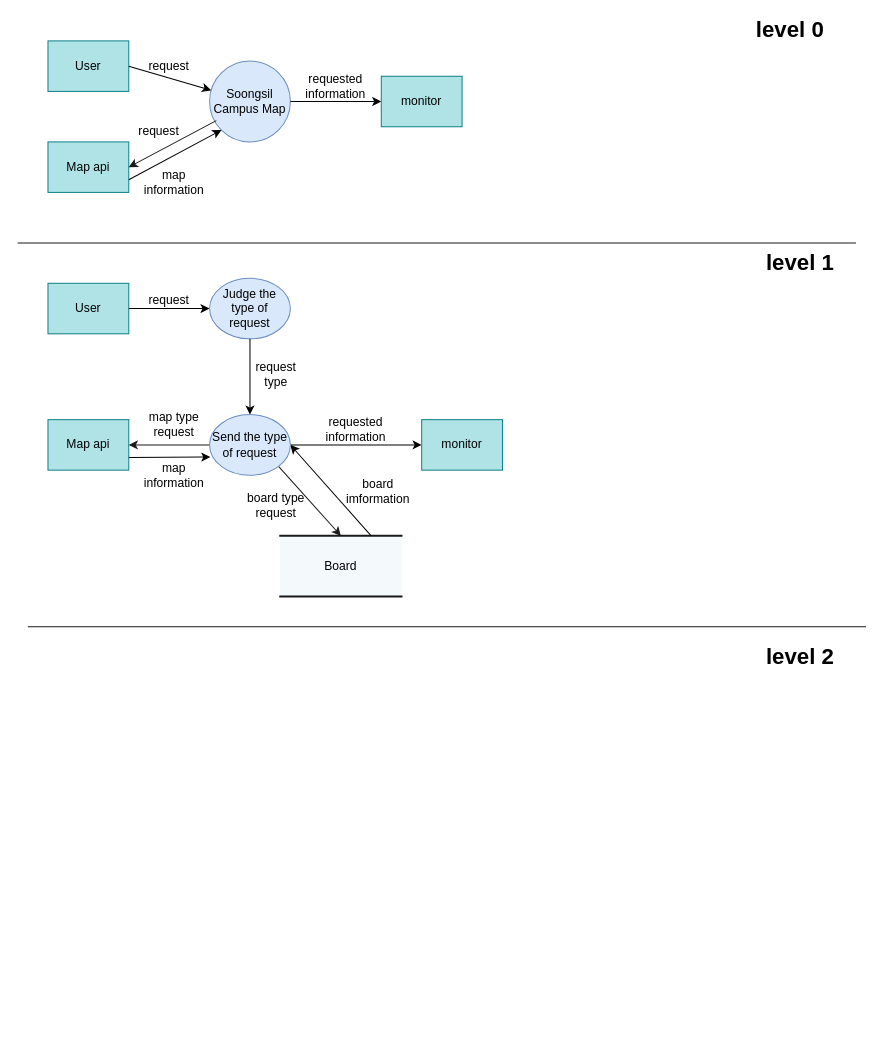
This is Soongsil Campus Map DFD diagram.drawio from tlfzgjadyd/SoftwareEngineering, a draw.io file, before an edit. Source tidied: cells renumbered, new cells numbered last; positions are measured from the earlier drawing's top-left corner, leaving out a move shared by most shapes. Both pictures are drawn from the tidied source at 101%, with x=0, y=0 at pixel (17, 20).
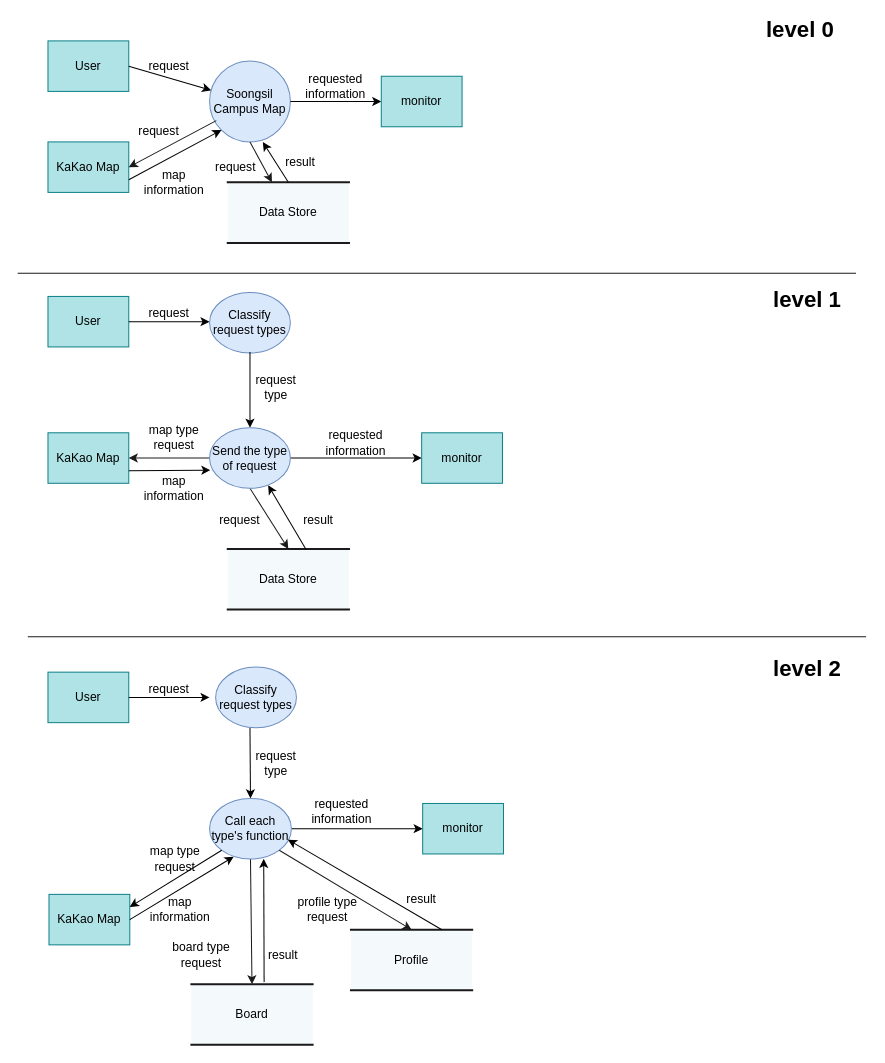
The same page after the edit.

Commit message:
2단계 레벨링 및 일부 수정

The change refers to these unchanged cells:
```xml
<mxCell id="2" value="Soongsil&lt;br&gt;Campus Map" style="ellipse;whiteSpace=wrap;html=1;fillColor=#dae8fc;strokeColor=#6c8ebf;" parent="1" vertex="1">
  <mxGeometry x="190" y="40" width="80" height="80" as="geometry" />
</mxCell>
```

What changed in the source:
```diff
@@
-    <mxCell id="5" value="Map api" style="rounded=0;whiteSpace=wrap;html=1;fillColor=#b0e3e6;strokeColor=#0e8088;" parent="1" vertex="1">
+    <mxCell id="5" value="KaKao Map" style="rounded=0;whiteSpace=wrap;html=1;fillColor=#b0e3e6;strokeColor=#0e8088;" parent="1" vertex="1">
       <mxGeometry x="30" y="120" width="80" height="50" as="geometry" />
     </mxCell>
@@
     <mxCell id="14" value="User" style="rounded=0;whiteSpace=wrap;html=1;fillColor=#b0e3e6;strokeColor=#0e8088;" parent="1" vertex="1">
-      <mxGeometry x="30" y="260" width="80" height="50" as="geometry" />
+      <mxGeometry x="30" y="273" width="80" height="50" as="geometry" />
     </mxCell>
-    <mxCell id="15" style="endArrow=classic;html=1;exitX=1;exitY=0.5;exitDx=0;exitDy=0;" parent="1" edge="1" source="14" target="28">
-      <mxGeometry relative="1" as="geometry" />
+    <mxCell id="15" style="endArrow=classic;html=1;exitX=1;exitY=0.5;exitDx=0;exitDy=0;" parent="1" edge="1" source="14">
+      <mxGeometry relative="1" as="geometry">
+        <mxPoint x="190" y="298" as="targetPoint" />
+      </mxGeometry>
     </mxCell>
-    <mxCell id="16" value="Map api" style="rounded=0;whiteSpace=wrap;html=1;fillColor=#b0e3e6;strokeColor=#0e8088;" parent="1" vertex="1">
-      <mxGeometry x="30" y="395" width="80" height="50" as="geometry" />
+    <mxCell id="16" value="KaKao Map" style="rounded=0;whiteSpace=wrap;html=1;fillColor=#b0e3e6;strokeColor=#0e8088;" parent="1" vertex="1">
+      <mxGeometry x="30" y="408" width="80" height="50" as="geometry" />
     </mxCell>
@@
     <mxCell id="19" value="request" style="text;html=1;strokeColor=none;fillColor=none;align=center;verticalAlign=middle;whiteSpace=wrap;rounded=0;" parent="1" vertex="1">
-      <mxGeometry x="130" y="267" width="40" height="20" as="geometry" />
+      <mxGeometry x="130" y="280" width="40" height="20" as="geometry" />
     </mxCell>
     <mxCell id="20" value="map type request" style="text;html=1;strokeColor=none;fillColor=none;align=center;verticalAlign=middle;whiteSpace=wrap;rounded=0;" parent="1" vertex="1">
-      <mxGeometry x="125" y="390" width="60" height="20" as="geometry" />
+      <mxGeometry x="125" y="403" width="60" height="20" as="geometry" />
     </mxCell>
     <mxCell id="21" value="map information" style="text;html=1;strokeColor=none;fillColor=none;align=center;verticalAlign=middle;whiteSpace=wrap;rounded=0;" parent="1" vertex="1">
-      <mxGeometry x="130" y="440" width="50" height="20" as="geometry" />
+      <mxGeometry x="130" y="453" width="50" height="20" as="geometry" />
     </mxCell>
@@
     <mxCell id="23" value="monitor" style="rounded=0;whiteSpace=wrap;html=1;fillColor=#b0e3e6;strokeColor=#0e8088;" parent="1" vertex="1">
-      <mxGeometry x="400" y="395" width="80" height="50" as="geometry" />
+      <mxGeometry x="400" y="408" width="80" height="50" as="geometry" />
     </mxCell>
     <mxCell id="24" value="requested information" style="text;html=1;strokeColor=none;fillColor=none;align=center;verticalAlign=middle;whiteSpace=wrap;rounded=0;" parent="1" vertex="1">
-      <mxGeometry x="310" y="395" width="50" height="20" as="geometry" />
+      <mxGeometry x="310" y="408" width="50" height="20" as="geometry" />
     </mxCell>
     <mxCell id="25" style="endArrow=none;html=1;strokeColor=#1A1A1A;" parent="1" edge="1">
       <mxGeometry relative="1" as="geometry">
-        <mxPoint y="220" as="sourcePoint" />
-        <mxPoint x="830" y="220" as="targetPoint" />
+        <mxPoint y="250" as="sourcePoint" />
+        <mxPoint x="830" y="250" as="targetPoint" />
       </mxGeometry>
     </mxCell>
     <mxCell id="26" value="&lt;font style=&quot;font-size: 22px&quot;&gt;&lt;b&gt;level 0&lt;/b&gt;&lt;/font&gt;" style="text;html=1;strokeColor=none;fillColor=none;align=center;verticalAlign=middle;whiteSpace=wrap;rounded=0;" parent="1" vertex="1">
-      <mxGeometry x="720" width="90" height="20" as="geometry" />
+      <mxGeometry x="730" width="90" height="20" as="geometry" />
     </mxCell>
     <mxCell id="27" value="&lt;font style=&quot;font-size: 22px&quot;&gt;&lt;b&gt;level 1&lt;/b&gt;&lt;/font&gt;" style="text;html=1;strokeColor=none;fillColor=none;align=center;verticalAlign=middle;whiteSpace=wrap;rounded=0;" parent="1" vertex="1">
-      <mxGeometry x="730" y="230" width="90" height="20" as="geometry" />
+      <mxGeometry x="737" y="267" width="90" height="20" as="geometry" />
     </mxCell>
-    <mxCell id="28" value="Judge the type of request" style="ellipse;whiteSpace=wrap;html=1;fillColor=#dae8fc;strokeColor=#6c8ebf;" parent="1" vertex="1">
-      <mxGeometry x="190" y="255" width="80" height="60" as="geometry" />
+    <mxCell id="28" value="Classify request types" style="ellipse;whiteSpace=wrap;html=1;fillColor=#dae8fc;strokeColor=#6c8ebf;" parent="1" vertex="1">
+      <mxGeometry x="190" y="269" width="80" height="60" as="geometry" />
     </mxCell>
-    <mxCell id="29" value="Board" style="shape=partialRectangle;whiteSpace=wrap;html=1;left=0;right=0;fillColor=#F4F9FC;strokeWidth=2;strokeColor=#1A1A1A;" parent="1" vertex="1">
-      <mxGeometry x="260" y="510" width="120" height="60" as="geometry" />
+    <mxCell id="29" value="Data Store" style="shape=partialRectangle;whiteSpace=wrap;html=1;left=0;right=0;fillColor=#F4F9FC;strokeWidth=2;strokeColor=#1A1A1A;" parent="1" vertex="1">
+      <mxGeometry x="208" y="523" width="120" height="60" as="geometry" />
     </mxCell>
-    <mxCell id="30" style="endArrow=classic;html=1;exitX=1;exitY=1;exitDx=0;exitDy=0;fillColor=#fff2cc;strokeColor=#1A1A1A;entryX=0.5;entryY=0;entryDx=0;entryDy=0;" parent="1" edge="1" source="35" target="29">
+    <mxCell id="30" style="endArrow=classic;html=1;exitX=0.5;exitY=1;exitDx=0;exitDy=0;fillColor=#fff2cc;strokeColor=#1A1A1A;entryX=0.5;entryY=0;entryDx=0;entryDy=0;" parent="1" edge="1" source="35" target="29">
       <mxGeometry relative="1" as="geometry" />
     </mxCell>
-    <mxCell id="31" value="board type request" style="text;html=1;strokeColor=none;fillColor=none;align=center;verticalAlign=middle;whiteSpace=wrap;rounded=0;" parent="1" vertex="1">
-      <mxGeometry x="226" y="470" width="60" height="20" as="geometry" />
+    <mxCell id="31" value="request" style="text;html=1;strokeColor=none;fillColor=none;align=center;verticalAlign=middle;whiteSpace=wrap;rounded=0;" parent="1" vertex="1">
+      <mxGeometry x="190" y="485" width="60" height="20" as="geometry" />
     </mxCell>
-    <mxCell id="32" style="endArrow=classic;html=1;exitX=0.75;exitY=0;exitDx=0;exitDy=0;entryX=1;entryY=0.5;entryDx=0;entryDy=0;" parent="1" edge="1" source="29" target="35">
+    <mxCell id="32" style="endArrow=classic;html=1;exitX=0.646;exitY=0.009;exitDx=0;exitDy=0;exitPerimeter=0;entryX=0.725;entryY=0.95;entryDx=0;entryDy=0;entryPerimeter=0;" parent="1" edge="1" source="29" target="35">
       <mxGeometry relative="1" as="geometry" />
     </mxCell>
-    <mxCell id="33" value="board imformation" style="text;html=1;strokeColor=none;fillColor=none;align=center;verticalAlign=middle;whiteSpace=wrap;rounded=0;" parent="1" vertex="1">
-      <mxGeometry x="327" y="456" width="60" height="20" as="geometry" />
+    <mxCell id="33" value="result" style="text;html=1;strokeColor=none;fillColor=none;align=center;verticalAlign=middle;whiteSpace=wrap;rounded=0;" parent="1" vertex="1">
+      <mxGeometry x="268" y="485" width="60" height="20" as="geometry" />
     </mxCell>
-    <mxCell id="34" style="endArrow=classic;html=1;" parent="1" edge="1" source="28" target="35">
-      <mxGeometry relative="1" as="geometry" />
+    <mxCell id="34" style="endArrow=classic;html=1;" parent="1" edge="1" target="35">
+      <mxGeometry relative="1" as="geometry">
+        <mxPoint x="230" y="328" as="sourcePoint" />
+      </mxGeometry>
     </mxCell>
     <mxCell id="35" value="Send the type of request" style="ellipse;whiteSpace=wrap;html=1;fillColor=#dae8fc;strokeColor=#6c8ebf;" parent="1" vertex="1">
-      <mxGeometry x="190" y="390" width="80" height="60" as="geometry" />
+      <mxGeometry x="190" y="403" width="80" height="60" as="geometry" />
     </mxCell>
     <mxCell id="36" value="request type" style="text;html=1;strokeColor=none;fillColor=none;align=center;verticalAlign=middle;whiteSpace=wrap;rounded=0;" parent="1" vertex="1">
-      <mxGeometry x="236" y="340" width="40" height="20" as="geometry" />
+      <mxGeometry x="236" y="353" width="40" height="20" as="geometry" />
     </mxCell>
     <mxCell id="37" style="endArrow=none;html=1;strokeColor=#1A1A1A;" parent="1" edge="1">
       <mxGeometry relative="1" as="geometry">
-        <mxPoint x="10" y="600" as="sourcePoint" />
-        <mxPoint x="840" y="600" as="targetPoint" />
+        <mxPoint x="10" y="610" as="sourcePoint" />
+        <mxPoint x="840" y="610" as="targetPoint" />
       </mxGeometry>
     </mxCell>
     <mxCell id="38" value="&lt;font style=&quot;font-size: 22px&quot;&gt;&lt;b&gt;level 2&lt;/b&gt;&lt;/font&gt;" style="text;html=1;strokeColor=none;fillColor=none;align=center;verticalAlign=middle;whiteSpace=wrap;rounded=0;" parent="1" vertex="1">
-      <mxGeometry x="730" y="620" width="90" height="20" as="geometry" />
+      <mxGeometry x="737" y="632" width="90" height="20" as="geometry" />
     </mxCell>
+    <mxCell id="39" value="User" style="rounded=0;whiteSpace=wrap;html=1;fillColor=#b0e3e6;strokeColor=#0e8088;" parent="1" vertex="1">
+      <mxGeometry x="30" y="645" width="80" height="50" as="geometry" />
+    </mxCell>
+    <mxCell id="40" style="endArrow=classic;html=1;exitX=1;exitY=0.5;exitDx=0;exitDy=0;" parent="1" edge="1" source="39">
+      <mxGeometry relative="1" as="geometry">
+        <mxPoint x="190" y="670" as="targetPoint" />
+      </mxGeometry>
+    </mxCell>
+    <mxCell id="41" value="KaKao Map" style="rounded=0;whiteSpace=wrap;html=1;fillColor=#b0e3e6;strokeColor=#0e8088;" parent="1" vertex="1">
+      <mxGeometry x="31" y="865" width="80" height="50" as="geometry" />
+    </mxCell>
+    <mxCell id="42" style="endArrow=classic;html=1;exitX=1;exitY=0.5;exitDx=0;exitDy=0;entryX=0.295;entryY=0.962;entryDx=0;entryDy=0;entryPerimeter=0;" parent="1" edge="1" source="41" target="57">
+      <mxGeometry relative="1" as="geometry" />
+    </mxCell>
+    <mxCell id="43" value="request" style="text;html=1;strokeColor=none;fillColor=none;align=center;verticalAlign=middle;whiteSpace=wrap;rounded=0;" parent="1" vertex="1">
+      <mxGeometry x="130" y="652" width="40" height="20" as="geometry" />
+    </mxCell>
+    <mxCell id="44" value="map type request" style="text;html=1;strokeColor=none;fillColor=none;align=center;verticalAlign=middle;whiteSpace=wrap;rounded=0;" parent="1" vertex="1">
+      <mxGeometry x="126" y="820" width="60" height="20" as="geometry" />
+    </mxCell>
+    <mxCell id="45" value="map information" style="text;html=1;strokeColor=none;fillColor=none;align=center;verticalAlign=middle;whiteSpace=wrap;rounded=0;" parent="1" vertex="1">
+      <mxGeometry x="136" y="870" width="50" height="20" as="geometry" />
+    </mxCell>
+    <mxCell id="46" style="endArrow=classic;html=1;exitX=1;exitY=0.5;exitDx=0;exitDy=0;" parent="1" edge="1" target="47">
+      <mxGeometry relative="1" as="geometry">
+        <mxPoint x="271" y="800" as="sourcePoint" />
+      </mxGeometry>
+    </mxCell>
+    <mxCell id="47" value="monitor" style="rounded=0;whiteSpace=wrap;html=1;fillColor=#b0e3e6;strokeColor=#0e8088;" parent="1" vertex="1">
+      <mxGeometry x="401" y="775" width="80" height="50" as="geometry" />
+    </mxCell>
+    <mxCell id="48" value="requested information" style="text;html=1;strokeColor=none;fillColor=none;align=center;verticalAlign=middle;whiteSpace=wrap;rounded=0;" parent="1" vertex="1">
+      <mxGeometry x="296" y="773" width="50" height="20" as="geometry" />
+    </mxCell>
+    <mxCell id="49" value="Board" style="shape=partialRectangle;whiteSpace=wrap;html=1;left=0;right=0;fillColor=#F4F9FC;strokeWidth=2;strokeColor=#1A1A1A;" parent="1" vertex="1">
+      <mxGeometry x="172" y="954" width="120" height="60" as="geometry" />
+    </mxCell>
+    <mxCell id="50" style="endArrow=classic;html=1;fillColor=#fff2cc;strokeColor=#1A1A1A;entryX=0.5;entryY=0;entryDx=0;entryDy=0;exitX=0.5;exitY=1;exitDx=0;exitDy=0;" parent="1" edge="1" source="57" target="49">
+      <mxGeometry relative="1" as="geometry" />
+    </mxCell>
+    <mxCell id="51" value="board type request" style="text;html=1;strokeColor=none;fillColor=none;align=center;verticalAlign=middle;whiteSpace=wrap;rounded=0;" parent="1" vertex="1">
+      <mxGeometry x="152" y="915" width="60" height="20" as="geometry" />
+    </mxCell>
+    <mxCell id="52" style="endArrow=classic;html=1;entryX=0.662;entryY=0.997;entryDx=0;entryDy=0;entryPerimeter=0;exitX=0.6;exitY=-0.035;exitDx=0;exitDy=0;exitPerimeter=0;" parent="1" edge="1" source="49" target="57">
+      <mxGeometry relative="1" as="geometry" />
+    </mxCell>
+    <mxCell id="53" value="result" style="text;html=1;strokeColor=none;fillColor=none;align=center;verticalAlign=middle;whiteSpace=wrap;rounded=0;" parent="1" vertex="1">
+      <mxGeometry x="233" y="916" width="60" height="20" as="geometry" />
+    </mxCell>
+    <mxCell id="54" style="endArrow=classic;html=1;" parent="1" edge="1" target="57">
+      <mxGeometry relative="1" as="geometry">
+        <mxPoint x="230" y="700" as="sourcePoint" />
+      </mxGeometry>
+    </mxCell>
+    <mxCell id="55" value="request type" style="text;html=1;strokeColor=none;fillColor=none;align=center;verticalAlign=middle;whiteSpace=wrap;rounded=0;" parent="1" vertex="1">
+      <mxGeometry x="236" y="725" width="40" height="20" as="geometry" />
+    </mxCell>
+    <mxCell id="56" value="Classify request types" style="ellipse;whiteSpace=wrap;html=1;fillColor=#dae8fc;strokeColor=#6c8ebf;" parent="1" vertex="1">
+      <mxGeometry x="196" y="640" width="80" height="60" as="geometry" />
+    </mxCell>
+    <mxCell id="57" value="Call each type's function" style="ellipse;whiteSpace=wrap;html=1;fillColor=#dae8fc;strokeColor=#6c8ebf;" parent="1" vertex="1">
+      <mxGeometry x="190" y="770" width="81" height="60" as="geometry" />
+    </mxCell>
+    <mxCell id="58" style="endArrow=classic;html=1;exitX=0;exitY=1;exitDx=0;exitDy=0;entryX=1;entryY=0.25;entryDx=0;entryDy=0;" parent="1" edge="1" source="57" target="41">
+      <mxGeometry relative="1" as="geometry" />
+    </mxCell>
+    <mxCell id="59" value="Data Store" style="shape=partialRectangle;whiteSpace=wrap;html=1;left=0;right=0;fillColor=#F4F9FC;strokeWidth=2;strokeColor=#1A1A1A;" parent="1" vertex="1">
+      <mxGeometry x="208" y="160" width="120" height="60" as="geometry" />
+    </mxCell>
+    <mxCell id="60" style="endArrow=classic;html=1;fillColor=#fff2cc;strokeColor=#1A1A1A;exitX=0.5;exitY=1;exitDx=0;exitDy=0;" parent="1" edge="1" source="2" target="59">
+      <mxGeometry relative="1" as="geometry" />
+    </mxCell>
+    <mxCell id="61" style="endArrow=classic;html=1;entryX=0.659;entryY=1.001;entryDx=0;entryDy=0;entryPerimeter=0;exitX=0.5;exitY=0;exitDx=0;exitDy=0;" parent="1" edge="1" source="59" target="2">
+      <mxGeometry relative="1" as="geometry" />
+    </mxCell>
+    <mxCell id="62" value="result" style="text;html=1;strokeColor=none;fillColor=none;align=center;verticalAlign=middle;whiteSpace=wrap;rounded=0;" parent="1" vertex="1">
+      <mxGeometry x="250" y="130" width="60" height="20" as="geometry" />
+    </mxCell>
+    <mxCell id="63" value="request" style="text;html=1;strokeColor=none;fillColor=none;align=center;verticalAlign=middle;whiteSpace=wrap;rounded=0;" parent="1" vertex="1">
+      <mxGeometry x="186" y="135" width="60" height="20" as="geometry" />
+    </mxCell>
+    <mxCell id="64" value="Profile" style="shape=partialRectangle;whiteSpace=wrap;html=1;left=0;right=0;fillColor=#F4F9FC;strokeWidth=2;strokeColor=#1A1A1A;" parent="1" vertex="1">
+      <mxGeometry x="330" y="900" width="120" height="60" as="geometry" />
+    </mxCell>
+    <mxCell id="65" style="endArrow=classic;html=1;exitX=1;exitY=1;exitDx=0;exitDy=0;fillColor=#fff2cc;strokeColor=#1A1A1A;entryX=0.5;entryY=0;entryDx=0;entryDy=0;" parent="1" edge="1" source="57" target="64">
+      <mxGeometry relative="1" as="geometry" />
+    </mxCell>
+    <mxCell id="66" value="profile type request" style="text;html=1;strokeColor=none;fillColor=none;align=center;verticalAlign=middle;whiteSpace=wrap;rounded=0;" parent="1" vertex="1">
+      <mxGeometry x="271" y="870" width="72" height="20" as="geometry" />
+    </mxCell>
+    <mxCell id="67" style="endArrow=classic;html=1;exitX=0.75;exitY=0;exitDx=0;exitDy=0;entryX=0.958;entryY=0.681;entryDx=0;entryDy=0;entryPerimeter=0;" parent="1" edge="1" source="64" target="57">
+      <mxGeometry relative="1" as="geometry" />
+    </mxCell>
+    <mxCell id="68" value="result" style="text;html=1;strokeColor=none;fillColor=none;align=center;verticalAlign=middle;whiteSpace=wrap;rounded=0;" parent="1" vertex="1">
+      <mxGeometry x="370" y="860" width="60" height="20" as="geometry" />
+    </mxCell>
```
